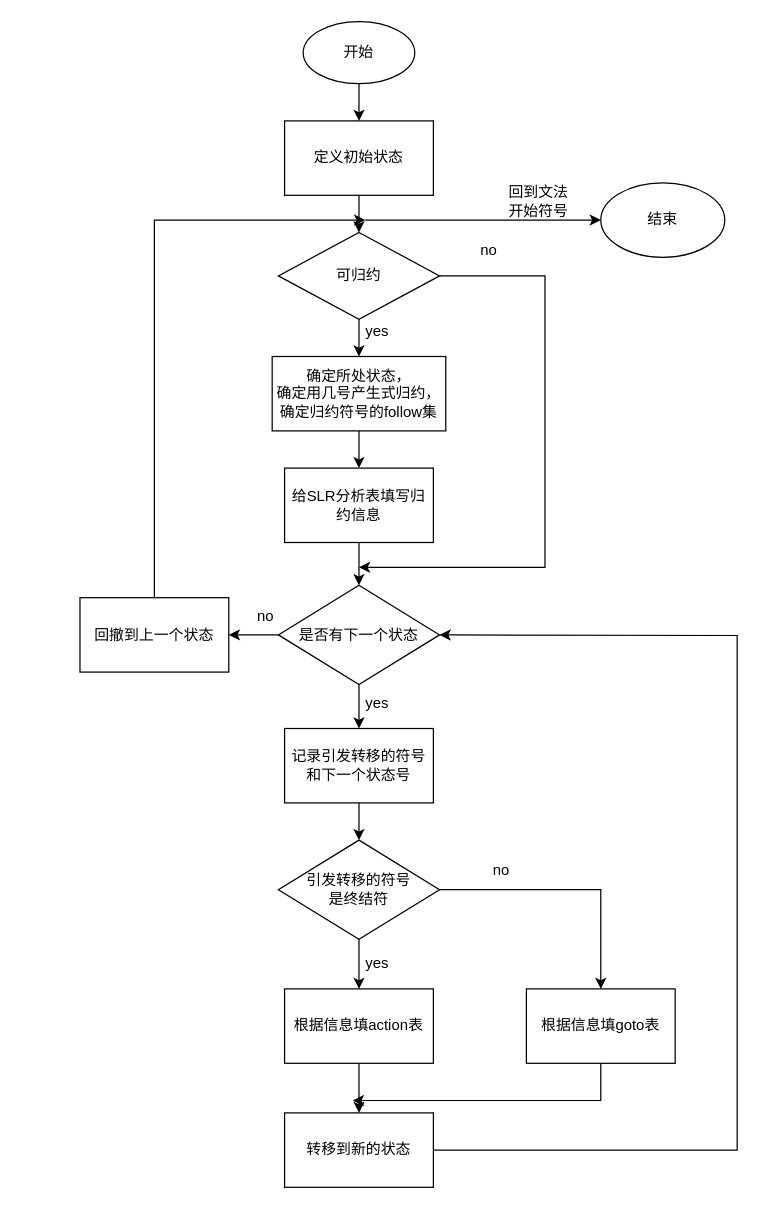
cauchy-max/my-room keeps this draw.io diagram as Untitled Diagram.drawio. Above is the earlier version. Source tidied: cells renumbered, new cells numbered last; positions are measured from the earlier drawing's top-left corner, leaving out a move shared by most shapes. Both pictures are drawn from the tidied source at 124%, with x=0, y=0 at pixel (79, 21).
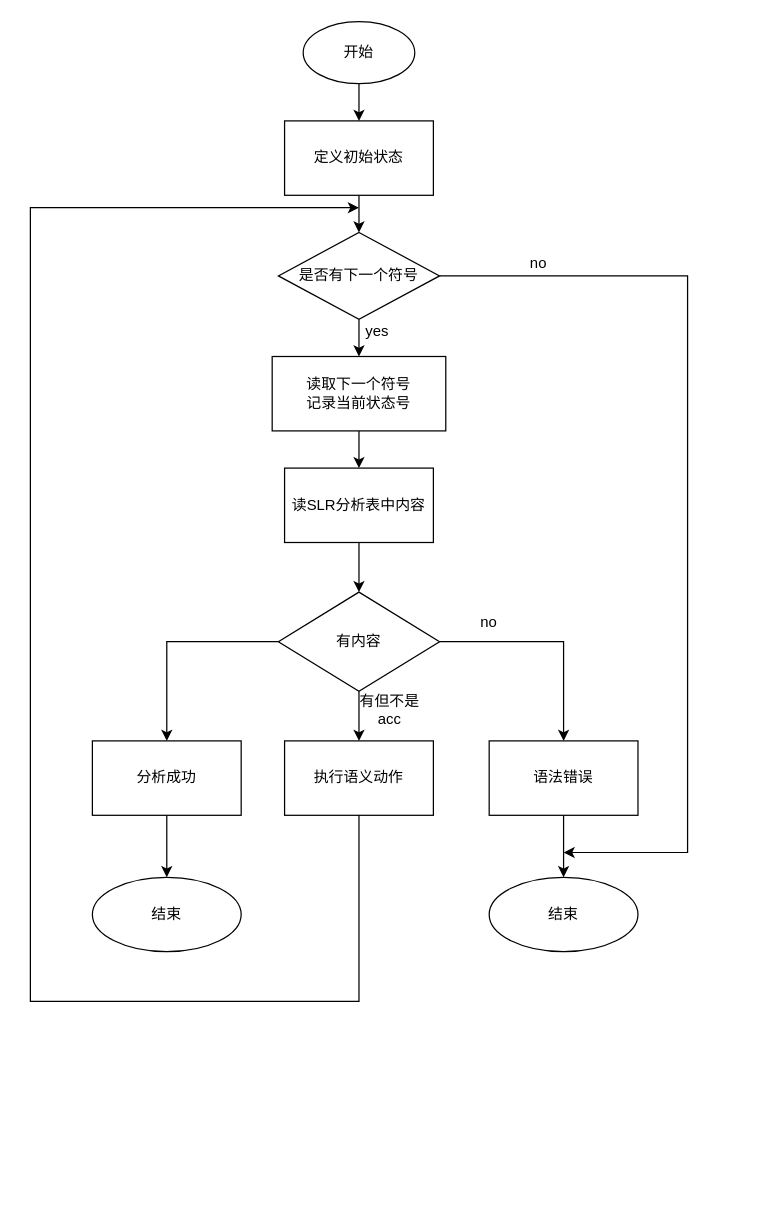
Above is the later version.

Change to the diagram source:
```diff
@@
-    <mxCell id="7" style="edgeStyle=orthogonalEdgeStyle;rounded=0;jettySize=auto;html=1;" parent="1" edge="1" source="8">
-      <mxGeometry relative="1" as="geometry">
-        <mxPoint x="225" y="440" as="targetPoint" />
-        <Array as="points">
-          <mxPoint x="375" y="205" />
-        </Array>
-      </mxGeometry>
-    </mxCell>
-    <mxCell id="8" value="可归约" style="rhombus;whiteSpace=wrap;html=1;" parent="1" vertex="1">
+    <mxCell id="8" value="是否有下一个符号" style="rhombus;whiteSpace=wrap;html=1;" parent="1" vertex="1">
       <mxGeometry x="160" y="170" width="130" height="70" as="geometry" />
     </mxCell>
@@
-    <mxCell id="10" value="确定所处状态，&lt;br&gt;确定用几号产生式归约，&lt;br&gt;确定归约符号的follow集" style="whiteSpace=wrap;html=1;" parent="1" vertex="1">
+    <mxCell id="10" value="读取下一个符号&lt;br&gt;记录当前状态号" style="whiteSpace=wrap;html=1;" parent="1" vertex="1">
       <mxGeometry x="155" y="270" width="140" height="60" as="geometry" />
     </mxCell>
@@
-    <mxCell id="12" style="edgeStyle=orthogonalEdgeStyle;rounded=0;jettySize=auto;html=1;" parent="1" edge="1" source="13" target="16">
-      <mxGeometry relative="1" as="geometry" />
-    </mxCell>
+    <mxCell id="38" style="edgeStyle=orthogonalEdgeStyle;rounded=0;jettySize=auto;html=1;" parent="1" edge="1" source="13" target="42">
+      <mxGeometry relative="1" as="geometry">
+        <Array as="points">
+          <mxPoint x="225" y="470" />
+          <mxPoint x="225" y="470" />
+        </Array>
+      </mxGeometry>
+    </mxCell>
-    <mxCell id="13" value="给SLR分析表填写归约信息" style="whiteSpace=wrap;html=1;" parent="1" vertex="1">
+    <mxCell id="13" value="读SLR分析表中内容" style="whiteSpace=wrap;html=1;" parent="1" vertex="1">
       <mxGeometry x="165" y="360" width="120" height="60" as="geometry" />
     </mxCell>
-    <mxCell id="14" style="edgeStyle=orthogonalEdgeStyle;rounded=0;jettySize=auto;html=1;" parent="1" edge="1" source="16" target="19">
-      <mxGeometry relative="1" as="geometry" />
-    </mxCell>
-    <mxCell id="15" style="edgeStyle=orthogonalEdgeStyle;rounded=0;jettySize=auto;html=1;" parent="1" edge="1" source="16" target="21">
-      <mxGeometry relative="1" as="geometry" />
-    </mxCell>
-    <mxCell id="16" value="是否有下一个状态" style="rhombus;whiteSpace=wrap;html=1;" parent="1" vertex="1">
-      <mxGeometry x="160" y="454.5" width="130" height="80" as="geometry" />
-    </mxCell>
     <mxCell id="17" value="no" style="text;html=1;strokeColor=none;fillColor=none;align=center;verticalAlign=middle;whiteSpace=wrap;rounded=0;" parent="1" vertex="1">
-      <mxGeometry x="300" y="170" width="60" height="30" as="geometry" />
+      <mxGeometry x="300" y="470" width="60" height="30" as="geometry" />
     </mxCell>
-    <mxCell id="18" style="edgeStyle=orthogonalEdgeStyle;rounded=0;jettySize=auto;html=1;" parent="1" edge="1" source="19" target="26">
-      <mxGeometry relative="1" as="geometry" />
-    </mxCell>
-    <mxCell id="19" value="记录引发转移的符号和下一个状态号" style="whiteSpace=wrap;html=1;" parent="1" vertex="1">
-      <mxGeometry x="165" y="570" width="120" height="60" as="geometry" />
-    </mxCell>
-    <mxCell id="20" value="yes" style="text;html=1;strokeColor=none;fillColor=none;align=center;verticalAlign=middle;whiteSpace=wrap;rounded=0;" parent="1" vertex="1">
-      <mxGeometry x="210" y="530" width="60" height="40" as="geometry" />
-    </mxCell>
-    <mxCell id="21" value="回撤到上一个状态" style="whiteSpace=wrap;html=1;" parent="1" vertex="1">
-      <mxGeometry y="464.5" width="120" height="60" as="geometry" />
-    </mxCell>
-    <mxCell id="22" value="no" style="text;html=1;strokeColor=none;fillColor=none;align=center;verticalAlign=middle;whiteSpace=wrap;rounded=0;" parent="1" vertex="1">
-      <mxGeometry x="120" y="464.5" width="60" height="30" as="geometry" />
-    </mxCell>
-    <mxCell id="23" style="endArrow=classic;html=1;rounded=0;exitX=0.5;exitY=0;exitDx=0;exitDy=0;" parent="1" edge="1" source="21">
-      <mxGeometry relative="1" as="geometry">
-        <mxPoint x="230" y="160" as="targetPoint" />
-        <Array as="points">
-          <mxPoint x="60" y="160" />
-        </Array>
-      </mxGeometry>
-    </mxCell>
-    <mxCell id="24" style="edgeStyle=orthogonalEdgeStyle;rounded=0;jettySize=auto;html=1;" parent="1" edge="1" source="26" target="28">
-      <mxGeometry relative="1" as="geometry" />
-    </mxCell>
-    <mxCell id="25" style="edgeStyle=orthogonalEdgeStyle;rounded=0;jettySize=auto;html=1;" parent="1" edge="1" source="26" target="30">
-      <mxGeometry relative="1" as="geometry" />
-    </mxCell>
-    <mxCell id="26" value="引发转移的符号&lt;br&gt;是终结符" style="rhombus;whiteSpace=wrap;html=1;" parent="1" vertex="1">
-      <mxGeometry x="160" y="660" width="130" height="80" as="geometry" />
-    </mxCell>
-    <mxCell id="27" style="edgeStyle=orthogonalEdgeStyle;rounded=0;jettySize=auto;html=1;" parent="1" edge="1" source="28" target="32">
-      <mxGeometry relative="1" as="geometry" />
-    </mxCell>
-    <mxCell id="28" value="根据信息填action表" style="whiteSpace=wrap;html=1;" parent="1" vertex="1">
-      <mxGeometry x="165" y="780" width="120" height="60" as="geometry" />
-    </mxCell>
-    <mxCell id="29" value="yes" style="text;html=1;strokeColor=none;fillColor=none;align=center;verticalAlign=middle;whiteSpace=wrap;rounded=0;" parent="1" vertex="1">
-      <mxGeometry x="210" y="740" width="60" height="40" as="geometry" />
-    </mxCell>
-    <mxCell id="30" value="根据信息填goto表" style="whiteSpace=wrap;html=1;" parent="1" vertex="1">
-      <mxGeometry x="360" y="780" width="120" height="60" as="geometry" />
-    </mxCell>
-    <mxCell id="31" value="no" style="text;html=1;strokeColor=none;fillColor=none;align=center;verticalAlign=middle;whiteSpace=wrap;rounded=0;" parent="1" vertex="1">
-      <mxGeometry x="310" y="670" width="60" height="30" as="geometry" />
-    </mxCell>
-    <mxCell id="32" value="转移到新的状态" style="whiteSpace=wrap;html=1;" parent="1" vertex="1">
-      <mxGeometry x="165" y="880" width="120" height="60" as="geometry" />
-    </mxCell>
-    <mxCell id="33" style="endArrow=classic;html=1;rounded=0;exitX=0.5;exitY=1;exitDx=0;exitDy=0;" parent="1" edge="1" source="30">
-      <mxGeometry relative="1" as="geometry">
-        <mxPoint x="220" y="870" as="targetPoint" />
-        <Array as="points">
-          <mxPoint x="420" y="870" />
-        </Array>
-      </mxGeometry>
-    </mxCell>
-    <mxCell id="34" style="endArrow=classic;html=1;rounded=0;exitX=1;exitY=0.5;exitDx=0;exitDy=0;entryX=1;entryY=0.5;entryDx=0;entryDy=0;" parent="1" edge="1" source="32" target="16">
-      <mxGeometry relative="1" as="geometry">
-        <Array as="points">
-          <mxPoint x="530" y="910" />
-          <mxPoint x="530" y="495" />
-        </Array>
-      </mxGeometry>
-    </mxCell>
-    <mxCell id="35" style="endArrow=classic;html=1;rounded=0;" parent="1" edge="1" target="37">
-      <mxGeometry relative="1" as="geometry">
-        <mxPoint x="230" y="160" as="sourcePoint" />
-      </mxGeometry>
-    </mxCell>
-    <mxCell id="36" value="回到文法开始符号" style="text;html=1;strokeColor=none;fillColor=none;align=center;verticalAlign=middle;whiteSpace=wrap;rounded=0;" parent="1" vertex="1">
-      <mxGeometry x="340" y="130" width="60" height="30" as="geometry" />
-    </mxCell>
-    <mxCell id="37" value="结束" style="ellipse;whiteSpace=wrap;html=1;" parent="1" vertex="1">
-      <mxGeometry x="420" y="130" width="100" height="60" as="geometry" />
-    </mxCell>
+    <mxCell id="39" style="edgeStyle=orthogonalEdgeStyle;rounded=0;jettySize=auto;html=1;" parent="1" edge="1" source="42" target="43">
+      <mxGeometry relative="1" as="geometry" />
+    </mxCell>
+    <mxCell id="40" style="edgeStyle=orthogonalEdgeStyle;rounded=0;jettySize=auto;html=1;" parent="1" edge="1" source="42" target="46">
+      <mxGeometry relative="1" as="geometry" />
+    </mxCell>
+    <mxCell id="41" style="edgeStyle=orthogonalEdgeStyle;rounded=0;jettySize=auto;html=1;" parent="1" edge="1" source="42" target="49">
+      <mxGeometry relative="1" as="geometry" />
+    </mxCell>
+    <mxCell id="42" value="有内容" style="rhombus;whiteSpace=wrap;html=1;" parent="1" vertex="1">
+      <mxGeometry x="160" y="460" width="130" height="80" as="geometry" />
+    </mxCell>
+    <mxCell id="43" value="执行语义动作" style="whiteSpace=wrap;html=1;" parent="1" vertex="1">
+      <mxGeometry x="165" y="580" width="120" height="60" as="geometry" />
+    </mxCell>
+    <mxCell id="44" value="有但不是acc" style="text;html=1;strokeColor=none;fillColor=none;align=center;verticalAlign=middle;whiteSpace=wrap;rounded=0;" parent="1" vertex="1">
+      <mxGeometry x="220" y="540" width="60" height="30" as="geometry" />
+    </mxCell>
+    <mxCell id="45" style="edgeStyle=orthogonalEdgeStyle;rounded=0;jettySize=auto;html=1;" parent="1" edge="1" source="46" target="47">
+      <mxGeometry relative="1" as="geometry" />
+    </mxCell>
+    <mxCell id="46" value="语法错误" style="whiteSpace=wrap;html=1;" parent="1" vertex="1">
+      <mxGeometry x="330" y="580" width="120" height="60" as="geometry" />
+    </mxCell>
+    <mxCell id="47" value="结束" style="ellipse;whiteSpace=wrap;html=1;" parent="1" vertex="1">
+      <mxGeometry x="330" y="690" width="120" height="60" as="geometry" />
+    </mxCell>
+    <mxCell id="48" style="edgeStyle=orthogonalEdgeStyle;rounded=0;jettySize=auto;html=1;" parent="1" edge="1" source="49" target="50">
+      <mxGeometry relative="1" as="geometry" />
+    </mxCell>
+    <mxCell id="49" value="分析成功" style="whiteSpace=wrap;html=1;" parent="1" vertex="1">
+      <mxGeometry x="10" y="580" width="120" height="60" as="geometry" />
+    </mxCell>
+    <mxCell id="50" value="结束" style="ellipse;whiteSpace=wrap;html=1;" parent="1" vertex="1">
+      <mxGeometry x="10" y="690" width="120" height="60" as="geometry" />
+    </mxCell>
+    <mxCell id="51" style="endArrow=classic;html=1;rounded=0;exitX=0.5;exitY=1;exitDx=0;exitDy=0;" parent="1" edge="1" source="43">
+      <mxGeometry relative="1" as="geometry">
+        <mxPoint x="225" y="150" as="targetPoint" />
+        <Array as="points">
+          <mxPoint x="225" y="790" />
+          <mxPoint x="-40" y="790" />
+          <mxPoint x="-40" y="150" />
+        </Array>
+      </mxGeometry>
+    </mxCell>
+    <mxCell id="52" style="endArrow=classic;html=1;rounded=0;exitX=1;exitY=0.5;exitDx=0;exitDy=0;" parent="1" edge="1" source="8">
+      <mxGeometry relative="1" as="geometry">
+        <mxPoint x="390" y="670" as="targetPoint" />
+        <Array as="points">
+          <mxPoint x="490" y="205" />
+          <mxPoint x="490" y="670" />
+        </Array>
+      </mxGeometry>
+    </mxCell>
+    <mxCell id="53" value="no" style="text;html=1;strokeColor=none;fillColor=none;align=center;verticalAlign=middle;whiteSpace=wrap;rounded=0;" parent="1" vertex="1">
+      <mxGeometry x="340" y="180" width="60" height="30" as="geometry" />
+    </mxCell>
```
